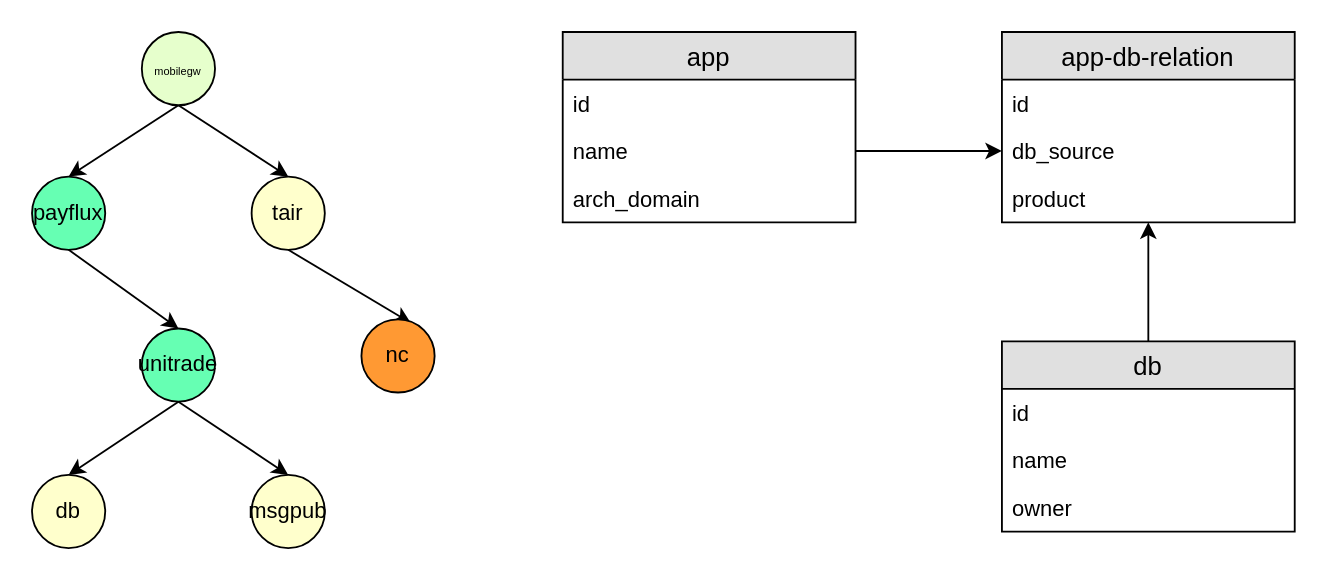
The draw.io diagram Untitled Diagram.drawio in frankneu/draw.io, before the edit. Source tidied: cells renumbered, new cells numbered last; positions are measured from the earlier drawing's top-left corner, leaving out a move shared by most shapes. Both pictures are drawn from the tidied source at 183%, with x=0, y=0 at pixel (31, 31).
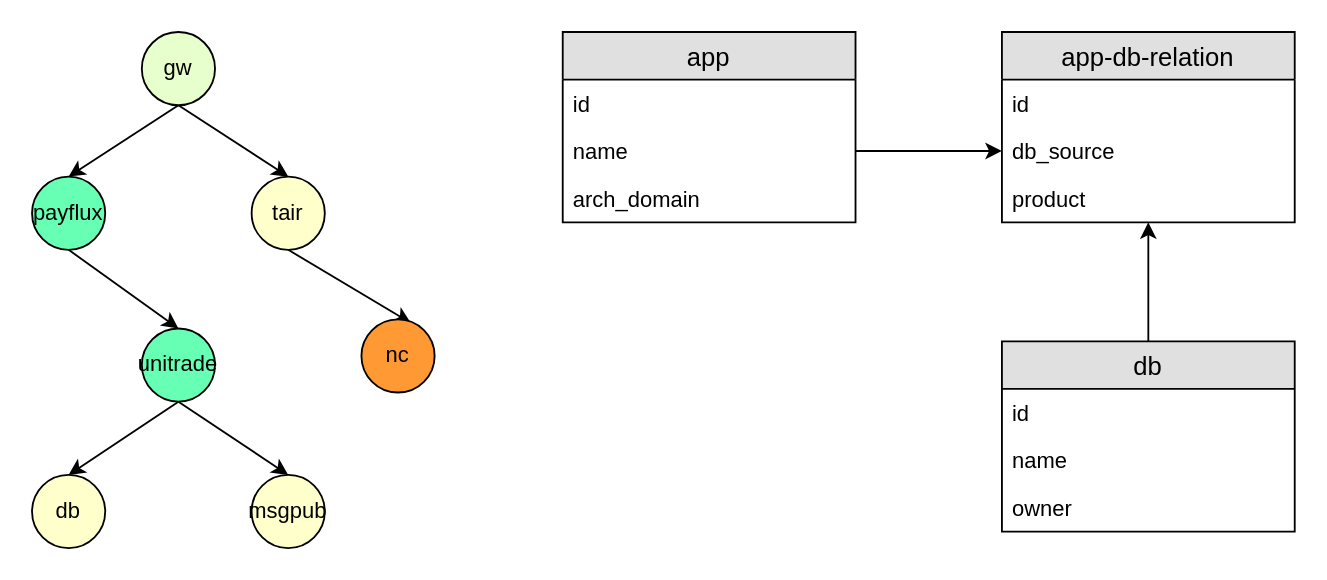
The same diagram, later.

Change to the diagram source:
```diff
@@
-    <mxCell id="17" value="&lt;font style=&quot;font-size: 6px&quot;&gt;mobilegw&lt;/font&gt;" style="ellipse;whiteSpace=wrap;html=1;fillColor=#E6FFCC;" parent="1" vertex="1">
+    <mxCell id="17" value="gw" style="ellipse;whiteSpace=wrap;html=1;fillColor=#E6FFCC;" parent="1" vertex="1">
       <mxGeometry x="60" width="40" height="40" as="geometry" />
     </mxCell>
```
